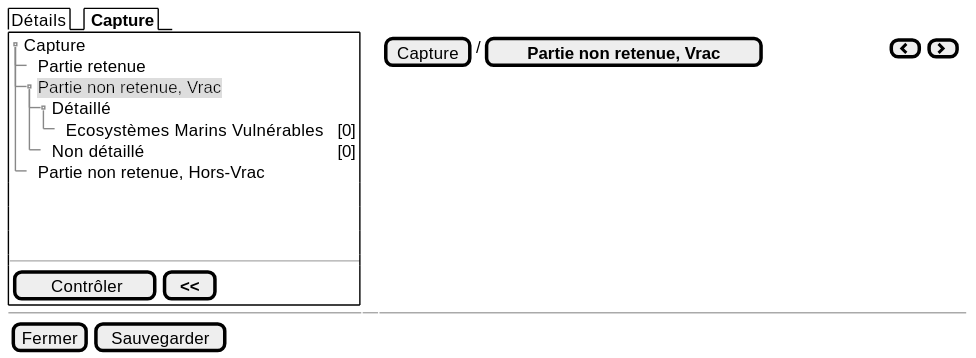
The PlantUML diagram projects/obsmer/spe/images/batch/batch-tree-PNR-VRAC-DETAIL.svg in sumaris-net/sumaris-doc, before a commit. Its source is kept beside it as projects/obsmer/spe/images/batch/batch-tree-PNR-VRAC-DETAIL.puml.
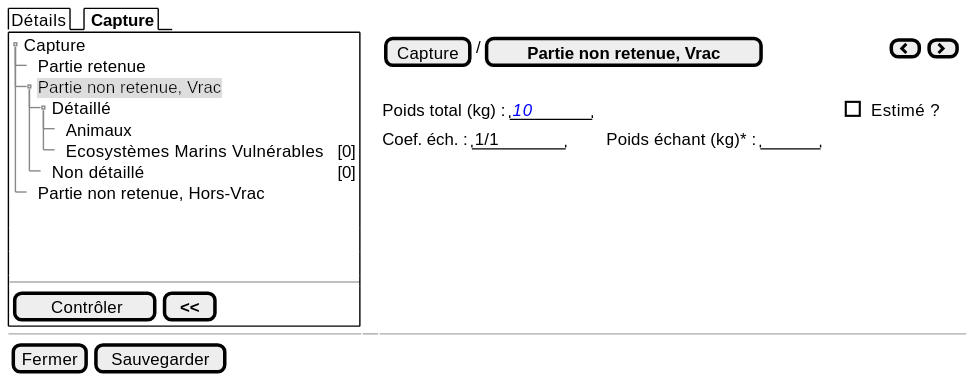
After the change.

Change to the diagram source:
```diff
@@ -7,6 +7,7 @@
        ++ Partie retenue
        ++ <back:#DDD>Partie non retenue, Vrac
        +++ Détaillé
+       ++++ Animaux
        ++++ Ecosystèmes Marins Vulnérables | <color:black>[0]
        +++ Non détaillé | <color:black>[0]
        ++ Partie non retenue, Hors-Vrac
@@ -20,6 +21,10 @@
    }
   } | . | {
     { [Capture] | / | [<b>Partie non retenue, Vrac] | . | . | . | . | . | . | . | . | . | . | . | . | . | . | . | . | . | { [<&chevron-left>] | [<&chevron-right>] } }
+    .
+   {Poids total (kg) : | "  <i><color:blue>10   " | . | . | . | . | . | . | . | . | . | . | . | . | . | . | . | . | . | . | . | . | . | . | . | . | . | . | . | . | . | . | . | . | . | . | . | [ ] Estimé ? }
+
+    {Coef. éch. : | " 1/1    " | . | . | . | . | . |  Poids échant (kg)* : | "     " }
 
     }
   -- | -- | --
```
